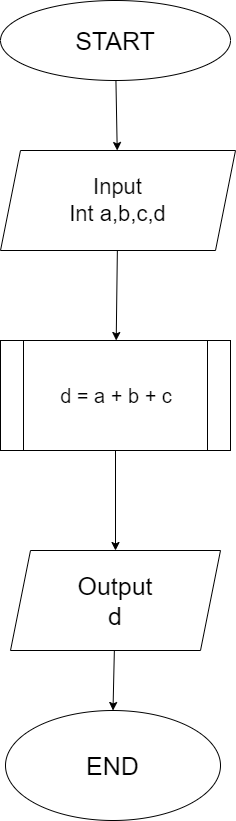
Before: Lab_1/Bai_1/FlowBai_1.drawio.png, a diagram exported from draw.io (MinkWungNe/NLNNLT). Source tidied: cells renumbered, new cells last; positions are measured from the earlier drawing's top-left corner, leaving out a move shared by most shapes.
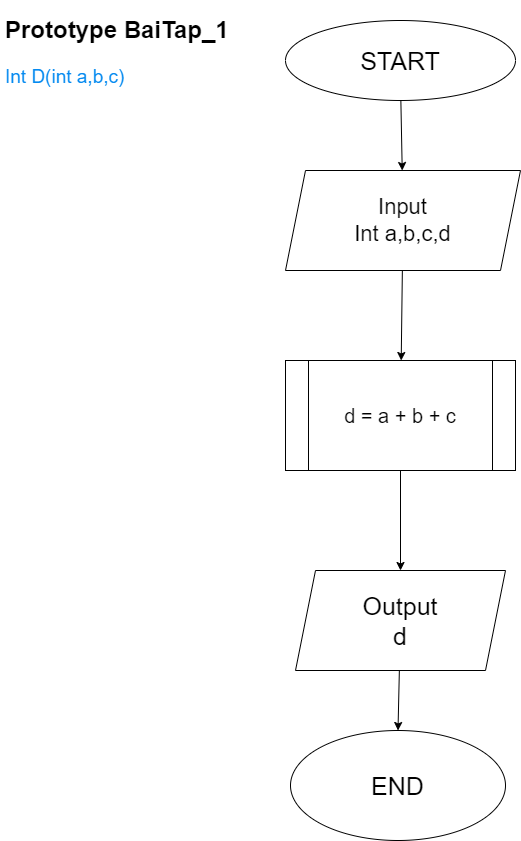
The same file after the commit.

Commit message:
Update FlowCharts and Prototype

What changed in the source:
```diff
@@ -29,5 +29,8 @@
     <mxCell id="10" value="END" style="ellipse;whiteSpace=wrap;html=1;fontSize=25;" parent="1" vertex="1">
       <mxGeometry x="5" y="710" width="215" height="110" as="geometry" />
     </mxCell>
+    <mxCell id="11" value="&lt;h1&gt;&lt;span style=&quot;background-color: initial;&quot;&gt;Prototype BaiTap_1&lt;/span&gt;&lt;/h1&gt;&lt;h1&gt;&lt;span style=&quot;font-weight: 400;&quot;&gt;&lt;font color=&quot;#058af0&quot; style=&quot;font-size: 19px;&quot;&gt;Int D(int a,b,c)&lt;/font&gt;&lt;/span&gt;&lt;/h1&gt;" style="text;html=1;strokeColor=none;fillColor=none;spacing=5;spacingTop=-20;whiteSpace=wrap;overflow=hidden;rounded=0;" parent="1" vertex="1">
+      <mxGeometry x="-285" y="-10" width="290" height="90" as="geometry" />
+    </mxCell>
   </root>
 </mxGraphModel>
```
